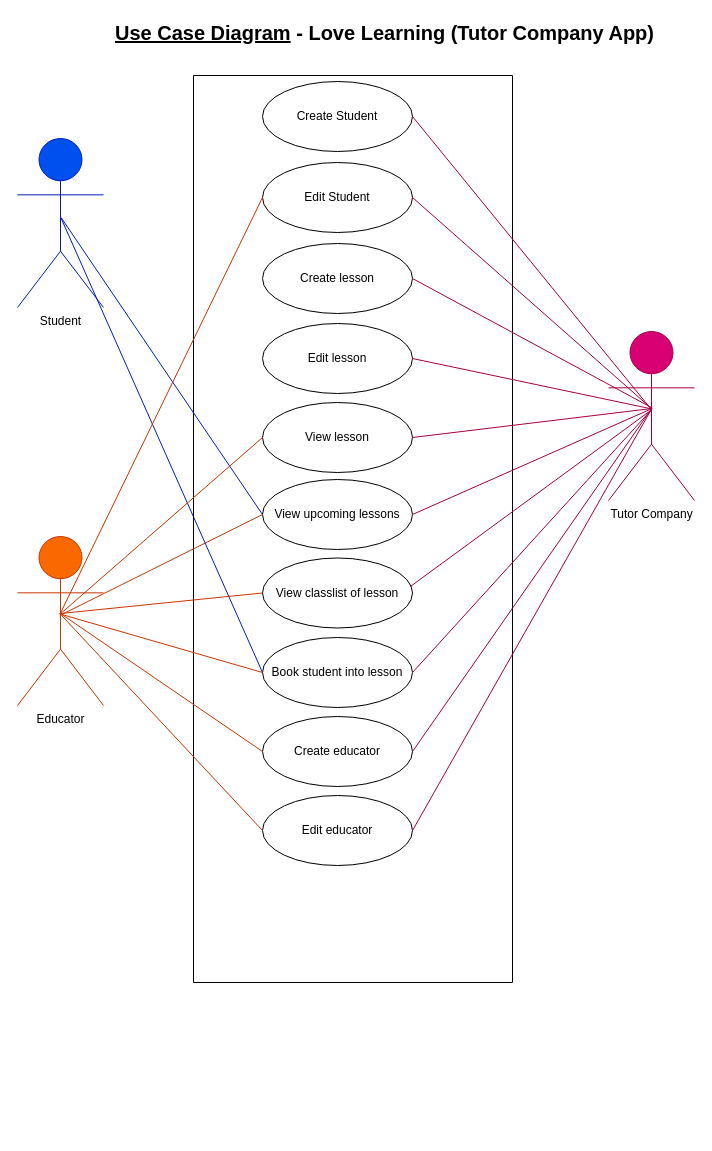
SdcBartram/LoveLearning_Tutor_Company_Project keeps this draw.io diagram as Planning/use_case_diagram.drawio. Above is the earlier version. Source tidied: cells renumbered, new cells numbered last; positions are measured from the earlier drawing's top-left corner, leaving out a move shared by most shapes. Both pictures are drawn from the tidied source at 100%, with x=0, y=0 at pixel (17, 17).
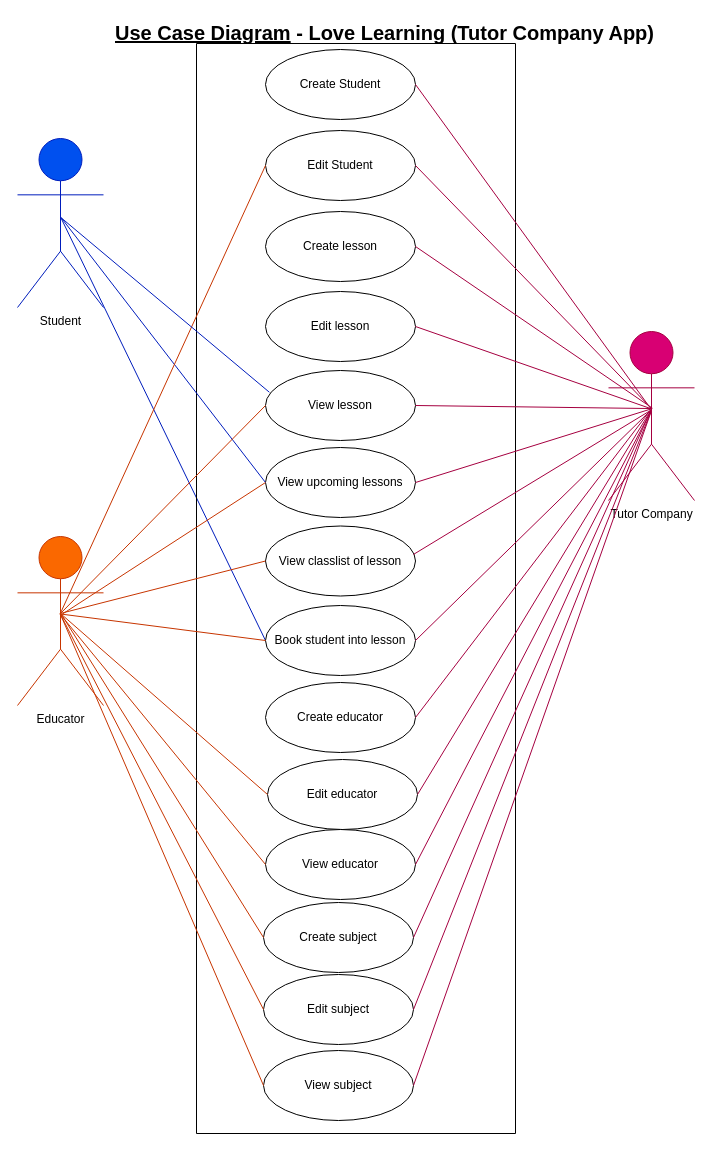
The same page after the edit.

The change refers to these unchanged cells:
```xml
<mxCell id="3" value="Student" style="shape=umlActor;verticalLabelPosition=bottom;verticalAlign=top;html=1;strokeColor=#001DBC;fontColor=#000000;fillColor=#0050ef;" parent="1" vertex="1">
  <mxGeometry y="121" width="86" height="169" as="geometry" />
</mxCell>
<mxCell id="9" value="View lesson" style="ellipse;whiteSpace=wrap;html=1;strokeColor=#000000;fillColor=#FFFFFF;fontColor=#000000;" parent="4" vertex="1">
  <mxGeometry x="69" y="327" width="150" height="70" as="geometry" />
</mxCell>
<mxCell id="16" value="Tutor Company&lt;br&gt;" style="shape=umlActor;verticalLabelPosition=bottom;verticalAlign=top;html=1;strokeColor=#A50040;fontColor=#000000;fillColor=#d80073;" parent="1" vertex="1">
  <mxGeometry x="591" y="314" width="86" height="169" as="geometry" />
</mxCell>
<mxCell id="25" value="Educator" style="shape=umlActor;verticalLabelPosition=bottom;verticalAlign=top;html=1;strokeColor=#C73500;fontColor=#000000;fillColor=#fa6800;" parent="1" vertex="1">
  <mxGeometry y="519" width="86" height="169" as="geometry" />
</mxCell>
```

Diff of the diagram source:
```diff
@@
     <mxCell id="4" style="swimlane;startSize=0;strokeColor=#000000;fillColor=#f5f5f5;fontColor=#333333;" parent="1" vertex="1">
-      <mxGeometry x="176" y="58" width="319" height="907" as="geometry" />
+      <mxGeometry x="179" y="26" width="319" height="1090" as="geometry" />
     </mxCell>
@@
     <mxCell id="13" value="Create educator" style="ellipse;whiteSpace=wrap;html=1;strokeColor=#000000;fillColor=#FFFFFF;fontColor=#000000;" parent="4" vertex="1">
-      <mxGeometry x="69" y="641" width="150" height="70" as="geometry" />
+      <mxGeometry x="69" y="639" width="150" height="70" as="geometry" />
     </mxCell>
     <mxCell id="14" value="Edit educator" style="ellipse;whiteSpace=wrap;html=1;strokeColor=#000000;fillColor=#FFFFFF;fontColor=#000000;" parent="4" vertex="1">
-      <mxGeometry x="69" y="720" width="150" height="70" as="geometry" />
+      <mxGeometry x="71" y="716" width="150" height="70" as="geometry" />
     </mxCell>
+    <mxCell id="36" value="Create subject" style="ellipse;whiteSpace=wrap;html=1;strokeColor=#000000;fillColor=#FFFFFF;fontColor=#000000;" parent="4" vertex="1">
+      <mxGeometry x="67" y="859" width="150" height="70" as="geometry" />
+    </mxCell>
+    <mxCell id="37" value="Edit subject" style="ellipse;whiteSpace=wrap;html=1;strokeColor=#000000;fillColor=#FFFFFF;fontColor=#000000;" parent="4" vertex="1">
+      <mxGeometry x="67" y="931" width="150" height="70" as="geometry" />
+    </mxCell>
+    <mxCell id="38" value="View subject" style="ellipse;whiteSpace=wrap;html=1;strokeColor=#000000;fillColor=#FFFFFF;fontColor=#000000;" parent="4" vertex="1">
+      <mxGeometry x="67" y="1007" width="150" height="70" as="geometry" />
+    </mxCell>
+    <mxCell id="39" value="View educator" style="ellipse;whiteSpace=wrap;html=1;strokeColor=#000000;fillColor=#FFFFFF;fontColor=#000000;" parent="4" vertex="1">
+      <mxGeometry x="69" y="786" width="150" height="70" as="geometry" />
+    </mxCell>
@@
-    <mxCell id="29" style="edgeStyle=none;html=1;entryX=0;entryY=0.5;entryDx=0;entryDy=0;strokeColor=#C73500;fontColor=#050505;endArrow=none;endFill=0;exitX=0.5;exitY=0.456;exitDx=0;exitDy=0;exitPerimeter=0;fillColor=#fa6800;" parent="1" edge="1" source="25" target="13">
-      <mxGeometry relative="1" as="geometry" />
-    </mxCell>
-    <mxCell id="30" style="edgeStyle=none;html=1;entryX=0;entryY=0.5;entryDx=0;entryDy=0;strokeColor=#C73500;fontColor=#050505;endArrow=none;endFill=0;fillColor=#fa6800;exitX=0.491;exitY=0.455;exitDx=0;exitDy=0;exitPerimeter=0;" parent="1" edge="1" source="25" target="14">
-      <mxGeometry relative="1" as="geometry" />
+    <mxCell id="30" style="edgeStyle=none;html=1;entryX=0;entryY=0.5;entryDx=0;entryDy=0;strokeColor=#C73500;fontColor=#050505;endArrow=none;endFill=0;fillColor=#fa6800;" parent="1" edge="1" target="14">
+      <mxGeometry relative="1" as="geometry">
+        <mxPoint x="43" y="596" as="sourcePoint" />
+      </mxGeometry>
     </mxCell>
@@
-    <mxCell id="35" style="edgeStyle=none;html=1;entryX=0;entryY=0.5;entryDx=0;entryDy=0;strokeColor=#C73500;fontColor=#050505;endArrow=none;endFill=0;fillColor=#fa6800;exitX=0.494;exitY=0.46;exitDx=0;exitDy=0;exitPerimeter=0;" parent="1" edge="1" source="25" target="9">
-      <mxGeometry relative="1" as="geometry" />
+    <mxCell id="35" style="edgeStyle=none;html=1;entryX=0;entryY=0.5;entryDx=0;entryDy=0;strokeColor=#C73500;fontColor=#050505;endArrow=none;endFill=0;fillColor=#fa6800;" parent="1" edge="1" target="9">
+      <mxGeometry relative="1" as="geometry">
+        <mxPoint x="43" y="596" as="sourcePoint" />
+      </mxGeometry>
     </mxCell>
+    <mxCell id="40" style="edgeStyle=none;html=1;fontColor=#050505;endArrow=none;endFill=0;strokeColor=#001DBC;entryX=0.026;entryY=0.311;entryDx=0;entryDy=0;exitX=0.505;exitY=0.468;exitDx=0;exitDy=0;exitPerimeter=0;fillColor=#0050ef;entryPerimeter=0;" parent="1" edge="1" source="3" target="9">
+      <mxGeometry relative="1" as="geometry" />
+    </mxCell>
+    <mxCell id="41" style="edgeStyle=none;html=1;entryX=1;entryY=0.5;entryDx=0;entryDy=0;strokeColor=#A50040;fontColor=#050505;endArrow=none;endFill=0;fillColor=#d80073;exitX=0.497;exitY=0.462;exitDx=0;exitDy=0;exitPerimeter=0;" parent="1" edge="1" source="16" target="36">
+      <mxGeometry relative="1" as="geometry" />
+    </mxCell>
+    <mxCell id="42" style="edgeStyle=none;html=1;entryX=1;entryY=0.5;entryDx=0;entryDy=0;strokeColor=#A50040;fontColor=#050505;endArrow=none;endFill=0;fillColor=#d80073;exitX=0.497;exitY=0.469;exitDx=0;exitDy=0;exitPerimeter=0;" parent="1" edge="1" source="16" target="37">
+      <mxGeometry relative="1" as="geometry" />
+    </mxCell>
+    <mxCell id="43" style="edgeStyle=none;html=1;entryX=1;entryY=0.5;entryDx=0;entryDy=0;strokeColor=#A50040;fontColor=#050505;endArrow=none;endFill=0;exitX=0.501;exitY=0.466;exitDx=0;exitDy=0;exitPerimeter=0;fillColor=#d80073;" parent="1" edge="1" source="16" target="38">
+      <mxGeometry relative="1" as="geometry" />
+    </mxCell>
+    <mxCell id="44" style="edgeStyle=none;html=1;entryX=0;entryY=0.5;entryDx=0;entryDy=0;strokeColor=#C73500;fontColor=#050505;endArrow=none;endFill=0;fillColor=#fa6800;" parent="1" edge="1" target="38">
+      <mxGeometry relative="1" as="geometry">
+        <mxPoint x="43" y="597" as="sourcePoint" />
+      </mxGeometry>
+    </mxCell>
+    <mxCell id="45" style="edgeStyle=none;html=1;entryX=0;entryY=0.5;entryDx=0;entryDy=0;strokeColor=#C73500;fontColor=#050505;endArrow=none;endFill=0;fillColor=#fa6800;" parent="1" edge="1" target="36">
+      <mxGeometry relative="1" as="geometry">
+        <mxPoint x="44" y="597" as="sourcePoint" />
+      </mxGeometry>
+    </mxCell>
+    <mxCell id="46" style="edgeStyle=none;html=1;entryX=0;entryY=0.5;entryDx=0;entryDy=0;strokeColor=#C73500;fontColor=#050505;endArrow=none;endFill=0;fillColor=#fa6800;" parent="1" edge="1" target="37">
+      <mxGeometry relative="1" as="geometry">
+        <mxPoint x="43" y="597" as="sourcePoint" />
+      </mxGeometry>
+    </mxCell>
+    <mxCell id="47" style="edgeStyle=none;html=1;entryX=1;entryY=0.5;entryDx=0;entryDy=0;strokeColor=#A50040;fontColor=#050505;endArrow=none;endFill=0;exitX=0.499;exitY=0.464;exitDx=0;exitDy=0;exitPerimeter=0;fillColor=#d80073;" parent="1" edge="1" source="16" target="39">
+      <mxGeometry relative="1" as="geometry" />
+    </mxCell>
+    <mxCell id="48" style="edgeStyle=none;html=1;entryX=0;entryY=0.5;entryDx=0;entryDy=0;strokeColor=#C73500;fontColor=#050505;endArrow=none;endFill=0;fillColor=#fa6800;" parent="1" edge="1" target="39">
+      <mxGeometry relative="1" as="geometry">
+        <mxPoint x="43" y="597" as="sourcePoint" />
+      </mxGeometry>
+    </mxCell>
```
